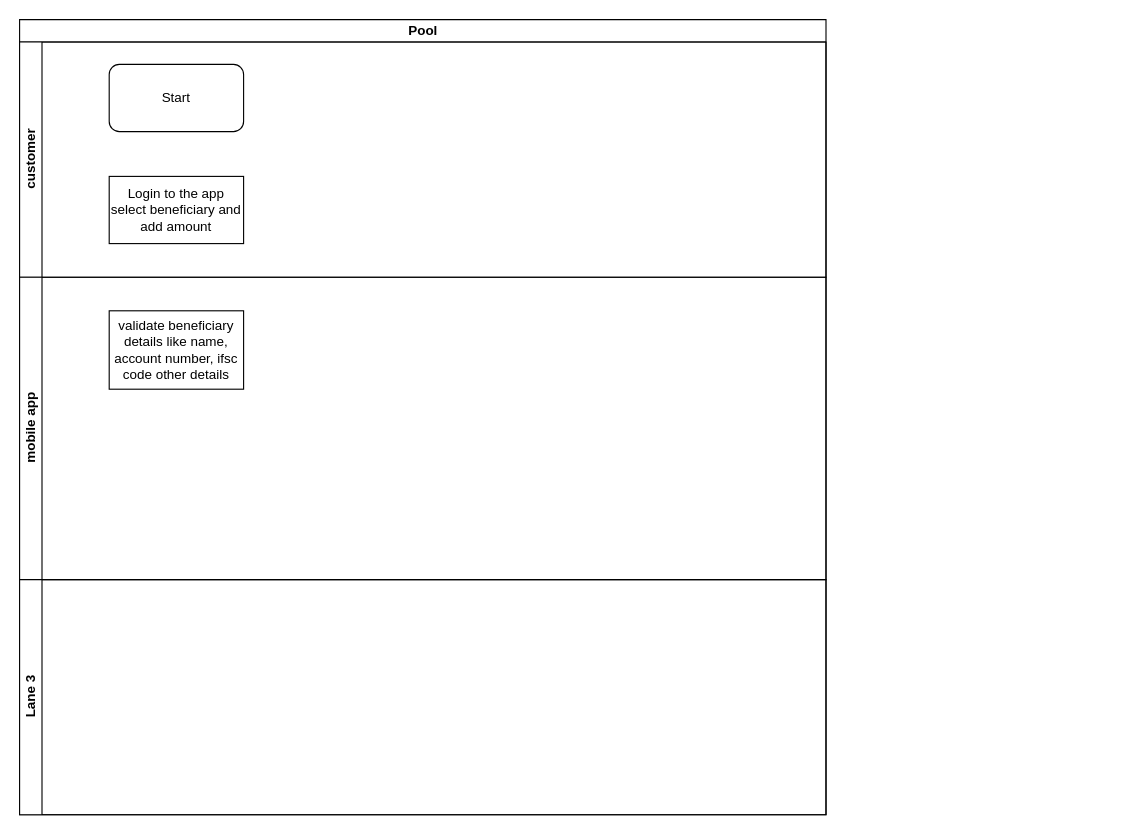
The draw.io diagram Bank transfer with insufficient funds.drawio in varsha8108/Documents, before the edit. Source tidied: cells renumbered, new cells numbered last; positions are measured from the earlier drawing's top-left corner, leaving out a move shared by most shapes. Both pictures are drawn from the tidied source at 112%, with x=0, y=0 at pixel (19, 19).
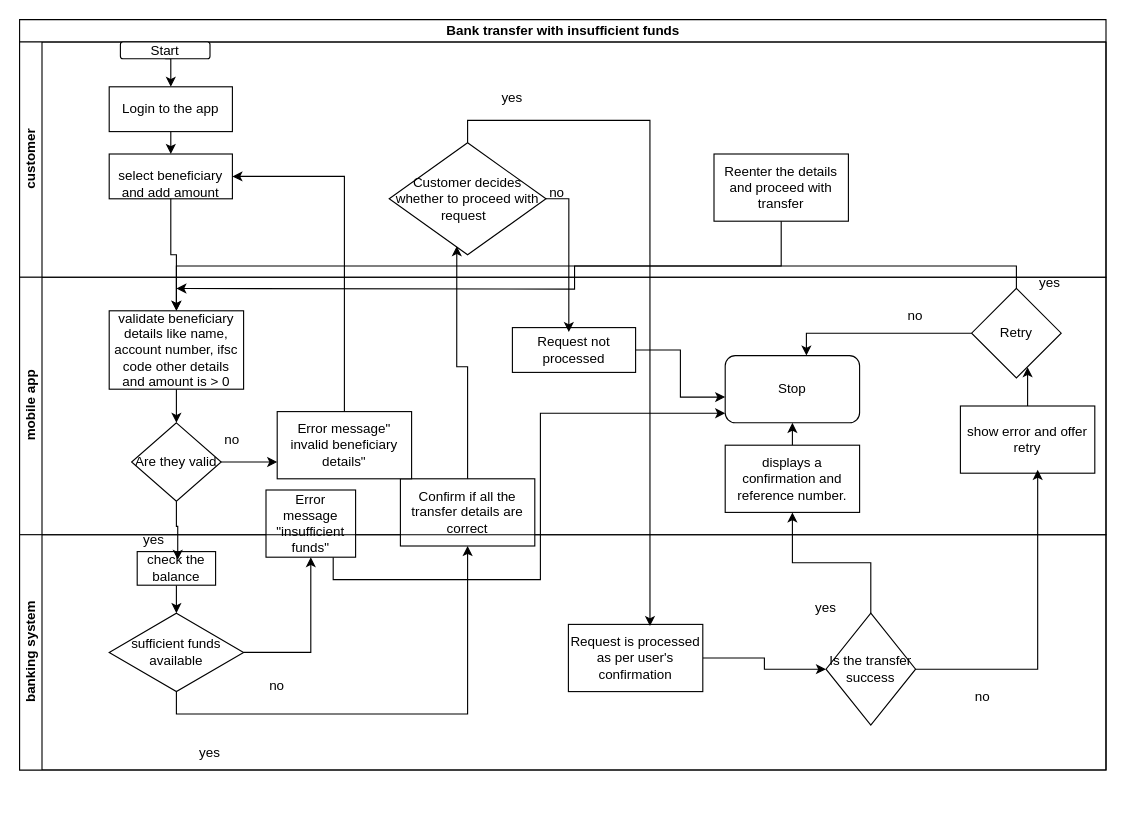
The same diagram, later.

What changed in the source:
```diff
@@
-    <mxCell id="2" value="Pool" style="swimlane;horizontal=1;startSize=20;html=1;" parent="1" vertex="1">
-      <mxGeometry width="720" height="710" as="geometry" />
+    <mxCell id="2" value="Bank transfer with insufficient funds" style="swimlane;horizontal=1;startSize=20;html=1;" parent="1" vertex="1">
+      <mxGeometry width="970" height="670" as="geometry" />
     </mxCell>
     <mxCell id="3" value="customer" style="swimlane;startSize=20;horizontal=0;html=1;" parent="2" vertex="1">
-      <mxGeometry y="20" width="720" height="210" as="geometry" />
+      <mxGeometry y="20" width="970" height="210" as="geometry" />
     </mxCell>
+    <mxCell id="9" style="edgeStyle=orthogonalEdgeStyle;rounded=0;jettySize=auto;html=1;exitX=0.5;exitY=1;exitDx=0;exitDy=0;entryX=0.5;entryY=0;entryDx=0;entryDy=0;defaultLabelBackgroundColor=gap;" parent="3" edge="1" source="4" target="14">
+      <mxGeometry relative="1" as="geometry" />
+    </mxCell>
     <mxCell id="4" value="Start" style="rounded=1;whiteSpace=wrap;html=1;roundedPerimeter=1;" parent="3" vertex="1">
-      <mxGeometry x="80" y="20" width="120" height="60" as="geometry" />
+      <mxGeometry x="90" width="80" height="15" as="geometry" />
     </mxCell>
-    <mxCell id="5" value="Login to the app&lt;div&gt;select beneficiary and add amount&lt;/div&gt;" style="rounded=0;whiteSpace=wrap;html=1;" parent="3" vertex="1">
-      <mxGeometry x="80" y="120" width="120" height="60" as="geometry" />
+    <mxCell id="5" value="&lt;br&gt;&lt;div&gt;select beneficiary and add amount&lt;/div&gt;" style="rounded=0;whiteSpace=wrap;html=1;" parent="3" vertex="1">
+      <mxGeometry x="80" y="100" width="110" height="40" as="geometry" />
     </mxCell>
+    <mxCell id="10" value="Customer decides whether to proceed with request&amp;nbsp;&amp;nbsp;" style="rhombus;whiteSpace=wrap;html=1;shapeInside=1;" parent="3" vertex="1">
+      <mxGeometry x="330" y="90" width="140" height="100" as="geometry" />
+    </mxCell>
+    <mxCell id="11" value="Reenter the details and proceed with transfer" style="rounded=0;whiteSpace=wrap;html=1;" parent="3" vertex="1">
+      <mxGeometry x="620" y="100" width="120" height="60" as="geometry" />
+    </mxCell>
+    <mxCell id="12" value="yes" style="text;html=1;whiteSpace=wrap;strokeColor=none;fillColor=none;align=center;verticalAlign=middle;rounded=0;" parent="3" vertex="1">
+      <mxGeometry x="410" y="35" width="60" height="30" as="geometry" />
+    </mxCell>
+    <mxCell id="13" style="edgeStyle=orthogonalEdgeStyle;rounded=0;jettySize=auto;html=1;exitX=0.5;exitY=1;exitDx=0;exitDy=0;entryX=0.5;entryY=0;entryDx=0;entryDy=0;defaultLabelBackgroundColor=gap;" parent="3" edge="1" source="14" target="5">
+      <mxGeometry relative="1" as="geometry" />
+    </mxCell>
+    <mxCell id="14" value="Login to the app" style="rounded=0;whiteSpace=wrap;html=1;" parent="3" vertex="1">
+      <mxGeometry x="80" y="40" width="110" height="40" as="geometry" />
+    </mxCell>
     <mxCell id="6" value="mobile app" style="swimlane;startSize=20;horizontal=0;html=1;" parent="2" vertex="1">
-      <mxGeometry y="230" width="720" height="270" as="geometry" />
+      <mxGeometry y="230" width="970" height="230" as="geometry" />
     </mxCell>
+    <mxCell id="15" style="edgeStyle=orthogonalEdgeStyle;rounded=0;jettySize=auto;html=1;exitX=0.5;exitY=1;exitDx=0;exitDy=0;entryX=0.5;entryY=0;entryDx=0;entryDy=0;defaultLabelBackgroundColor=gap;" parent="6" edge="1" source="7" target="17">
+      <mxGeometry relative="1" as="geometry" />
+    </mxCell>
-    <mxCell id="7" value="validate beneficiary details like name, account number, ifsc code other details" style="rounded=0;whiteSpace=wrap;html=1;" parent="6" vertex="1">
+    <mxCell id="7" value="validate beneficiary details like name, account number, ifsc code other details and amount is &amp;gt; 0" style="rounded=0;whiteSpace=wrap;html=1;" parent="6" vertex="1">
       <mxGeometry x="80" y="30" width="120" height="70" as="geometry" />
     </mxCell>
+    <mxCell id="16" style="edgeStyle=orthogonalEdgeStyle;rounded=0;jettySize=auto;html=1;exitX=1;exitY=0.5;exitDx=0;exitDy=0;entryX=0;entryY=0.75;entryDx=0;entryDy=0;defaultLabelBackgroundColor=gap;" parent="6" edge="1" source="17" target="25">
+      <mxGeometry relative="1" as="geometry" />
+    </mxCell>
+    <mxCell id="17" value="Are they valid" style="rhombus;whiteSpace=wrap;html=1;shapeInside=1;" parent="6" vertex="1">
+      <mxGeometry x="100" y="130" width="80" height="70" as="geometry" />
+    </mxCell>
+    <mxCell id="18" style="edgeStyle=orthogonalEdgeStyle;rounded=0;jettySize=auto;html=1;exitX=0.75;exitY=1;exitDx=0;exitDy=0;entryX=0;entryY=0.858;entryDx=0;entryDy=0;defaultLabelBackgroundColor=gap;" parent="6" edge="1" source="19" target="27">
+      <mxGeometry relative="1" as="geometry" />
+    </mxCell>
+    <mxCell id="19" value="Error message &quot;insufficient funds&quot;" style="rounded=0;whiteSpace=wrap;html=1;" parent="6" vertex="1">
+      <mxGeometry x="220" y="190" width="80" height="60" as="geometry" />
+    </mxCell>
+    <mxCell id="20" value="Confirm if all the transfer details are correct" style="rounded=0;whiteSpace=wrap;html=1;" parent="6" vertex="1">
+      <mxGeometry x="340" y="180" width="120" height="60" as="geometry" />
+    </mxCell>
+    <mxCell id="21" style="edgeStyle=orthogonalEdgeStyle;rounded=0;jettySize=auto;html=1;exitX=1;exitY=0.5;exitDx=0;exitDy=0;entryX=-0.018;entryY=0.622;entryDx=0;entryDy=0;defaultLabelBackgroundColor=gap;" parent="6" edge="1" source="22" target="27">
+      <mxGeometry relative="1" as="geometry" />
+    </mxCell>
+    <mxCell id="22" value="Request not processed" style="rounded=0;whiteSpace=wrap;html=1;" parent="6" vertex="1">
+      <mxGeometry x="440" y="45" width="110" height="40" as="geometry" />
+    </mxCell>
+    <mxCell id="23" style="edgeStyle=orthogonalEdgeStyle;rounded=0;jettySize=auto;html=1;exitX=0.5;exitY=0;exitDx=0;exitDy=0;entryX=0.5;entryY=1;entryDx=0;entryDy=0;defaultLabelBackgroundColor=gap;" parent="6" edge="1" source="24" target="27">
+      <mxGeometry relative="1" as="geometry" />
+    </mxCell>
+    <mxCell id="24" value="displays a confirmation and reference number." style="rounded=0;whiteSpace=wrap;html=1;" parent="6" vertex="1">
+      <mxGeometry x="630" y="150" width="120" height="60" as="geometry" />
+    </mxCell>
+    <mxCell id="25" value="Error message&quot; invalid beneficiary details&quot;" style="rounded=0;whiteSpace=wrap;html=1;" parent="6" vertex="1">
+      <mxGeometry x="230" y="120" width="120" height="60" as="geometry" />
+    </mxCell>
+    <mxCell id="26" value="yes" style="text;html=1;whiteSpace=wrap;strokeColor=none;fillColor=none;align=center;verticalAlign=middle;rounded=0;" parent="6" vertex="1">
+      <mxGeometry x="90" y="220" width="60" height="30" as="geometry" />
+    </mxCell>
+    <mxCell id="27" value="Stop" style="rounded=1;whiteSpace=wrap;html=1;roundedPerimeter=1;" parent="6" vertex="1">
+      <mxGeometry x="630" y="70" width="120" height="60" as="geometry" />
+    </mxCell>
+    <mxCell id="28" value="show error and offer retry" style="rounded=0;whiteSpace=wrap;html=1;" parent="6" vertex="1">
+      <mxGeometry x="840" y="115" width="120" height="60" as="geometry" />
+    </mxCell>
+    <mxCell id="29" style="edgeStyle=orthogonalEdgeStyle;rounded=0;jettySize=auto;html=1;exitX=0;exitY=0.5;exitDx=0;exitDy=0;entryX=0.605;entryY=-0.004;entryDx=0;entryDy=0;defaultLabelBackgroundColor=gap;" parent="6" edge="1" source="31" target="27">
+      <mxGeometry relative="1" as="geometry" />
+    </mxCell>
+    <mxCell id="30" style="edgeStyle=orthogonalEdgeStyle;rounded=0;jettySize=auto;html=1;exitX=0.5;exitY=0;exitDx=0;exitDy=0;defaultLabelBackgroundColor=gap;" parent="6" edge="1" source="31">
+      <mxGeometry relative="1" as="geometry">
+        <mxPoint x="140" y="10.1" as="targetPoint" />
+      </mxGeometry>
+    </mxCell>
+    <mxCell id="31" value="Retry" style="rhombus;whiteSpace=wrap;html=1;shapeInside=1;" parent="6" vertex="1">
+      <mxGeometry x="850" y="10" width="80" height="80" as="geometry" />
+    </mxCell>
+    <mxCell id="32" style="edgeStyle=orthogonalEdgeStyle;rounded=0;jettySize=auto;html=1;exitX=0.5;exitY=0;exitDx=0;exitDy=0;entryX=0.625;entryY=0.879;entryDx=0;entryDy=0;entryPerimeter=0;defaultLabelBackgroundColor=gap;" parent="6" edge="1" source="28" target="31">
+      <mxGeometry relative="1" as="geometry" />
+    </mxCell>
+    <mxCell id="33" value="yes" style="text;html=1;whiteSpace=wrap;strokeColor=none;fillColor=none;align=center;verticalAlign=middle;rounded=0;" parent="6" vertex="1">
+      <mxGeometry x="890" y="-10" width="60" height="30" as="geometry" />
+    </mxCell>
-    <mxCell id="8" value="Lane 3" style="swimlane;startSize=20;horizontal=0;html=1;" parent="2" vertex="1">
-      <mxGeometry y="500" width="720" height="210" as="geometry" />
+    <mxCell id="8" value="banking system" style="swimlane;startSize=20;horizontal=0;html=1;" parent="2" vertex="1">
+      <mxGeometry y="460" width="970" height="210" as="geometry" />
     </mxCell>
+    <mxCell id="34" style="edgeStyle=orthogonalEdgeStyle;rounded=0;jettySize=auto;html=1;exitX=0.5;exitY=1;exitDx=0;exitDy=0;entryX=0.5;entryY=0;entryDx=0;entryDy=0;defaultLabelBackgroundColor=gap;" parent="8" edge="1" source="35" target="36">
+      <mxGeometry relative="1" as="geometry" />
+    </mxCell>
+    <mxCell id="35" value="check the balance" style="rounded=0;whiteSpace=wrap;html=1;" parent="8" vertex="1">
+      <mxGeometry x="105" y="15" width="70" height="30" as="geometry" />
+    </mxCell>
+    <mxCell id="36" value="sufficient funds available" style="rhombus;whiteSpace=wrap;html=1;shapeInside=1;" parent="8" vertex="1">
+      <mxGeometry x="80" y="70" width="120" height="70" as="geometry" />
+    </mxCell>
+    <mxCell id="37" style="edgeStyle=orthogonalEdgeStyle;rounded=0;jettySize=auto;html=1;exitX=1;exitY=0.5;exitDx=0;exitDy=0;entryX=0;entryY=0.5;entryDx=0;entryDy=0;defaultLabelBackgroundColor=gap;" parent="8" edge="1" source="38" target="39">
+      <mxGeometry relative="1" as="geometry" />
+    </mxCell>
+    <mxCell id="38" value="Request is processed as per user's confirmation" style="rounded=0;whiteSpace=wrap;html=1;" parent="8" vertex="1">
+      <mxGeometry x="490" y="80" width="120" height="60" as="geometry" />
+    </mxCell>
+    <mxCell id="39" value="Is the transfer success" style="rhombus;whiteSpace=wrap;html=1;shapeInside=1;" parent="8" vertex="1">
+      <mxGeometry x="720" y="70" width="80" height="100" as="geometry" />
+    </mxCell>
+    <mxCell id="40" value="no" style="text;html=1;whiteSpace=wrap;strokeColor=none;fillColor=none;align=center;verticalAlign=middle;rounded=0;" parent="8" vertex="1">
+      <mxGeometry x="830" y="130" width="60" height="30" as="geometry" />
+    </mxCell>
+    <mxCell id="41" style="edgeStyle=orthogonalEdgeStyle;rounded=0;jettySize=auto;html=1;exitX=0.5;exitY=1;exitDx=0;exitDy=0;entryX=0.5;entryY=0;entryDx=0;entryDy=0;defaultLabelBackgroundColor=gap;" parent="2" edge="1" source="5" target="7">
+      <mxGeometry relative="1" as="geometry" />
+    </mxCell>
+    <mxCell id="42" style="edgeStyle=orthogonalEdgeStyle;rounded=0;jettySize=auto;html=1;exitX=0.5;exitY=1;exitDx=0;exitDy=0;entryX=0.517;entryY=0.244;entryDx=0;entryDy=0;entryPerimeter=0;defaultLabelBackgroundColor=gap;" parent="2" edge="1" source="17" target="35">
+      <mxGeometry relative="1" as="geometry" />
+    </mxCell>
+    <mxCell id="43" style="edgeStyle=orthogonalEdgeStyle;rounded=0;jettySize=auto;html=1;exitX=0.5;exitY=0;exitDx=0;exitDy=0;entryX=0.431;entryY=0.923;entryDx=0;entryDy=0;entryPerimeter=0;defaultLabelBackgroundColor=gap;" parent="2" edge="1" source="20" target="10">
+      <mxGeometry relative="1" as="geometry" />
+    </mxCell>
+    <mxCell id="44" style="edgeStyle=orthogonalEdgeStyle;rounded=0;jettySize=auto;html=1;exitX=1;exitY=0.5;exitDx=0;exitDy=0;entryX=0.5;entryY=1;entryDx=0;entryDy=0;defaultLabelBackgroundColor=gap;" parent="2" edge="1" source="36" target="19">
+      <mxGeometry relative="1" as="geometry" />
+    </mxCell>
+    <mxCell id="45" style="edgeStyle=orthogonalEdgeStyle;rounded=0;jettySize=auto;html=1;exitX=0.5;exitY=1;exitDx=0;exitDy=0;entryX=0.5;entryY=1;entryDx=0;entryDy=0;defaultLabelBackgroundColor=gap;" parent="2" edge="1" source="36" target="20">
+      <mxGeometry relative="1" as="geometry" />
+    </mxCell>
+    <mxCell id="46" style="edgeStyle=orthogonalEdgeStyle;rounded=0;jettySize=auto;html=1;exitX=1;exitY=0.5;exitDx=0;exitDy=0;entryX=0.458;entryY=0.1;entryDx=0;entryDy=0;entryPerimeter=0;defaultLabelBackgroundColor=gap;" parent="2" edge="1" source="10" target="22">
+      <mxGeometry relative="1" as="geometry" />
+    </mxCell>
+    <mxCell id="47" style="edgeStyle=orthogonalEdgeStyle;rounded=0;jettySize=auto;html=1;exitX=0.5;exitY=0;exitDx=0;exitDy=0;entryX=0.607;entryY=0.025;entryDx=0;entryDy=0;entryPerimeter=0;defaultLabelBackgroundColor=gap;" parent="2" edge="1" source="10" target="38">
+      <mxGeometry relative="1" as="geometry" />
+    </mxCell>
+    <mxCell id="48" style="edgeStyle=orthogonalEdgeStyle;rounded=0;jettySize=auto;html=1;exitX=0.5;exitY=0;exitDx=0;exitDy=0;entryX=0.5;entryY=1;entryDx=0;entryDy=0;defaultLabelBackgroundColor=gap;" parent="2" edge="1" source="39" target="24">
+      <mxGeometry relative="1" as="geometry" />
+    </mxCell>
+    <mxCell id="49" style="edgeStyle=orthogonalEdgeStyle;rounded=0;jettySize=auto;html=1;exitX=0.5;exitY=1;exitDx=0;exitDy=0;entryX=0.5;entryY=0;entryDx=0;entryDy=0;defaultLabelBackgroundColor=gap;" parent="2" edge="1" source="11" target="7">
+      <mxGeometry relative="1" as="geometry" />
+    </mxCell>
+    <mxCell id="50" style="edgeStyle=orthogonalEdgeStyle;rounded=0;jettySize=auto;html=1;exitX=0.5;exitY=0;exitDx=0;exitDy=0;entryX=1;entryY=0.5;entryDx=0;entryDy=0;defaultLabelBackgroundColor=gap;" parent="2" edge="1" source="25" target="5">
+      <mxGeometry relative="1" as="geometry" />
+    </mxCell>
+    <mxCell id="51" style="edgeStyle=orthogonalEdgeStyle;rounded=0;jettySize=auto;html=1;entryX=0.575;entryY=0.95;entryDx=0;entryDy=0;entryPerimeter=0;defaultLabelBackgroundColor=gap;" parent="2" edge="1" source="39" target="28">
+      <mxGeometry relative="1" as="geometry" />
+    </mxCell>
+    <mxCell id="52" value="no" style="text;html=1;whiteSpace=wrap;strokeColor=none;fillColor=none;align=center;verticalAlign=middle;rounded=0;" parent="1" vertex="1">
+      <mxGeometry x="160" y="360" width="60" height="30" as="geometry" />
+    </mxCell>
+    <mxCell id="53" value="no" style="text;html=1;whiteSpace=wrap;strokeColor=none;fillColor=none;align=center;verticalAlign=middle;rounded=0;" parent="1" vertex="1">
+      <mxGeometry x="200" y="580" width="60" height="30" as="geometry" />
+    </mxCell>
+    <mxCell id="54" value="yes" style="text;html=1;whiteSpace=wrap;strokeColor=none;fillColor=none;align=center;verticalAlign=middle;rounded=0;" parent="1" vertex="1">
+      <mxGeometry x="140" y="640" width="60" height="30" as="geometry" />
+    </mxCell>
+    <mxCell id="55" value="no" style="text;html=1;whiteSpace=wrap;strokeColor=none;fillColor=none;align=center;verticalAlign=middle;rounded=0;" parent="1" vertex="1">
+      <mxGeometry x="450" y="140" width="60" height="30" as="geometry" />
+    </mxCell>
+    <mxCell id="56" value="yes" style="text;html=1;whiteSpace=wrap;strokeColor=none;fillColor=none;align=center;verticalAlign=middle;rounded=0;" parent="1" vertex="1">
+      <mxGeometry x="690" y="510" width="60" height="30" as="geometry" />
+    </mxCell>
+    <mxCell id="57" value="no" style="text;html=1;whiteSpace=wrap;strokeColor=none;fillColor=none;align=center;verticalAlign=middle;rounded=0;" parent="1" vertex="1">
+      <mxGeometry x="770" y="250" width="60" height="30" as="geometry" />
+    </mxCell>
```
